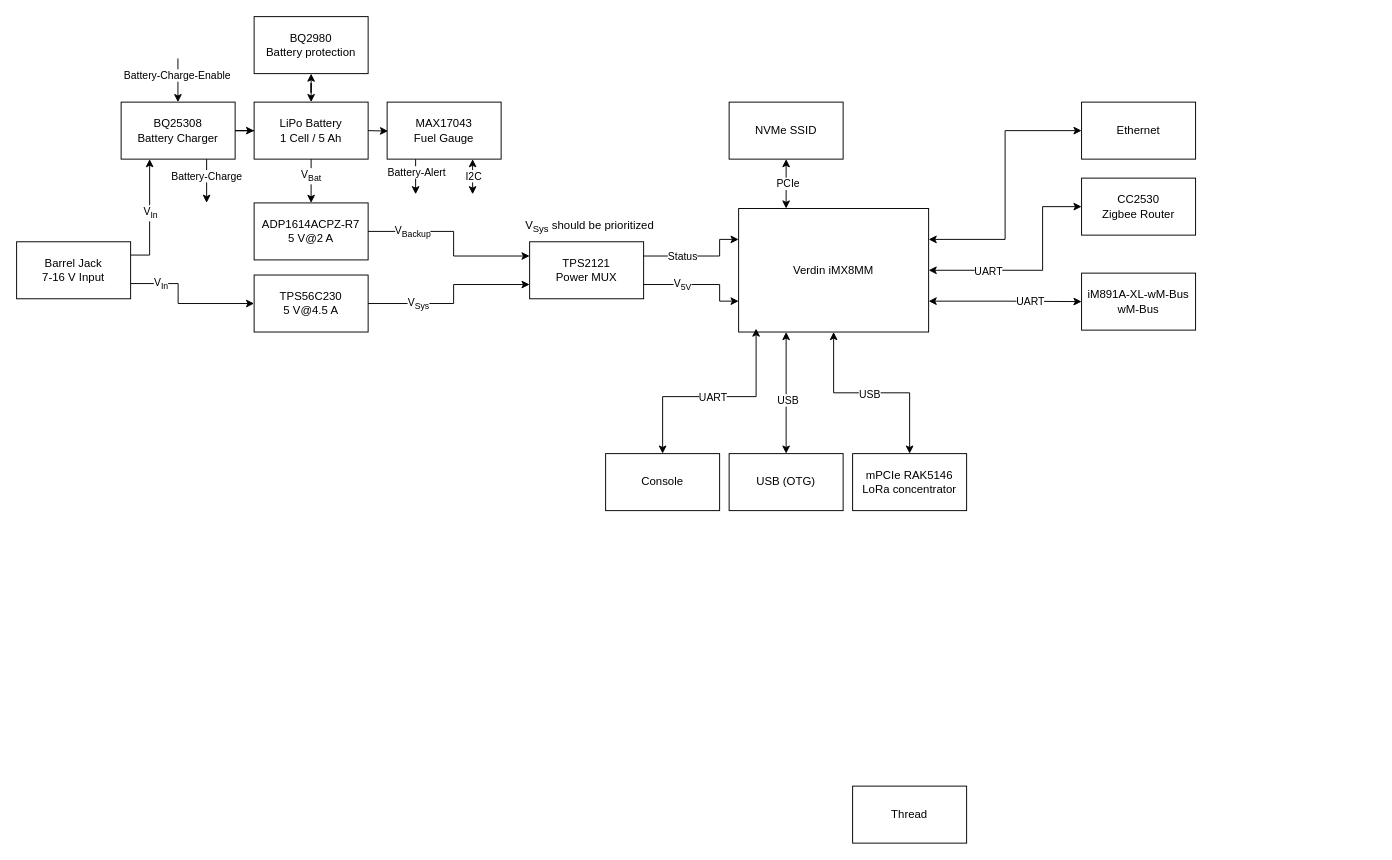
Above: docs/IoT-Gateway.drawio in Kampi/IoT-Gateway (draw.io), before the change. Source tidied: cells renumbered, new cells numbered last; positions are measured from the earlier drawing's top-left corner, leaving out a move shared by most shapes. Both pictures are drawn from the tidied source at 95%, with x=0, y=0 at pixel (16, 16).
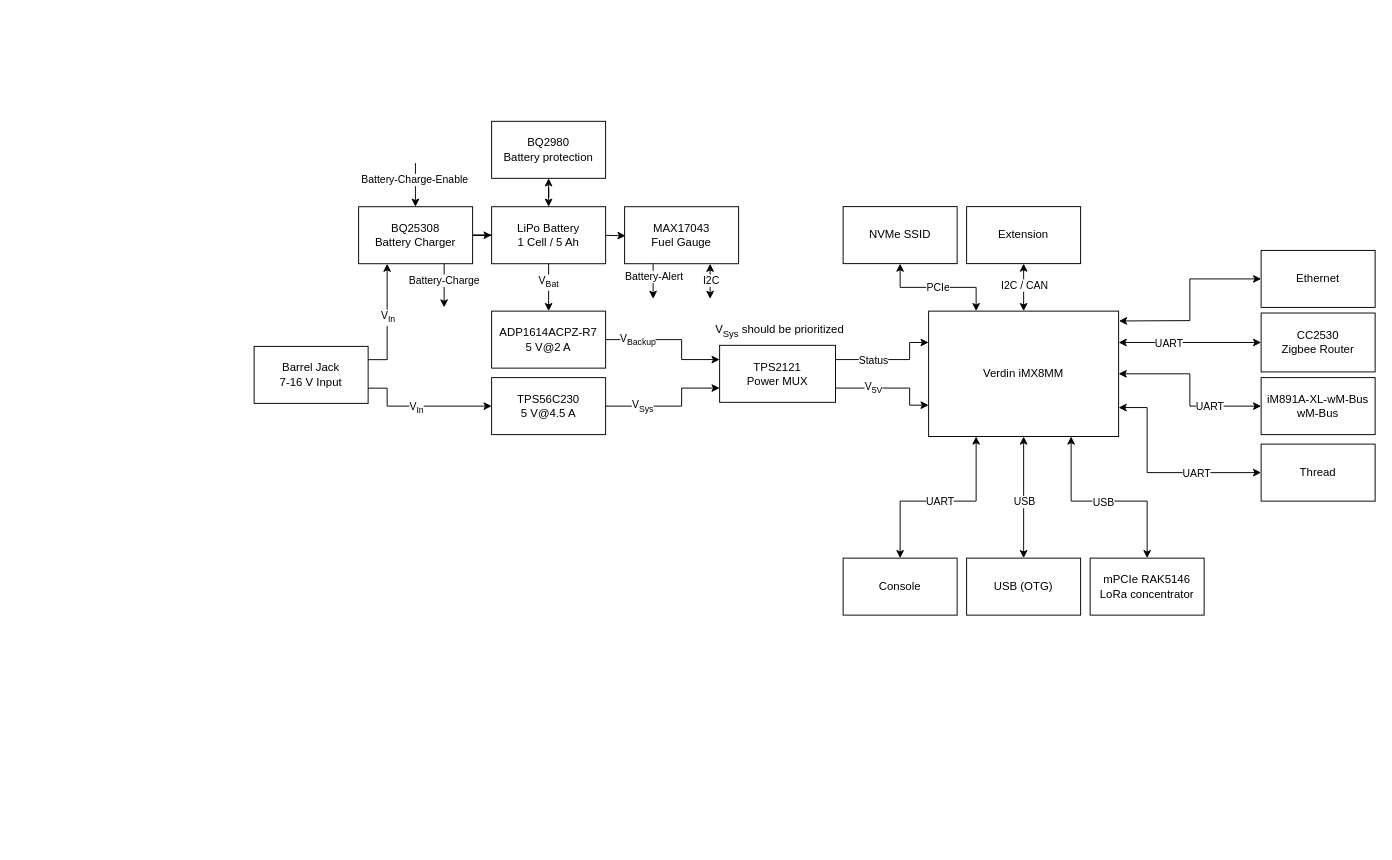
Above is the later version.

The edit, as a diff of the source:
```diff
@@
-    <mxCell id="2" style="edgeStyle=orthogonalEdgeStyle;rounded=0;jettySize=auto;html=1;entryX=0.5;entryY=0;entryDx=0;entryDy=0;startArrow=classic;startFill=1;" parent="1" edge="1" source="9" target="13">
-      <mxGeometry relative="1" as="geometry" />
+    <mxCell id="2" style="edgeStyle=orthogonalEdgeStyle;rounded=0;jettySize=auto;html=1;entryX=0.5;entryY=0;entryDx=0;entryDy=0;startArrow=classic;startFill=1;exitX=0.75;exitY=1;exitDx=0;exitDy=0;" parent="1" edge="1" source="9" target="13">
+      <mxGeometry relative="1" as="geometry">
+        <Array as="points">
+          <mxPoint x="1110" y="510" />
+          <mxPoint x="1190" y="510" />
+        </Array>
+      </mxGeometry>
     </mxCell>
@@
-    <mxCell id="4" style="edgeStyle=orthogonalEdgeStyle;rounded=0;jettySize=auto;html=1;exitX=1;exitY=0.25;exitDx=0;exitDy=0;entryX=0;entryY=0.5;entryDx=0;entryDy=0;startArrow=classic;startFill=1;" parent="1" edge="1" source="9" target="16">
-      <mxGeometry relative="1" as="geometry" />
+    <mxCell id="4" style="edgeStyle=orthogonalEdgeStyle;rounded=0;jettySize=auto;html=1;exitX=1.002;exitY=0.078;exitDx=0;exitDy=0;entryX=0;entryY=0.5;entryDx=0;entryDy=0;startArrow=classic;startFill=1;exitPerimeter=0;" parent="1" edge="1" source="9" target="16">
+      <mxGeometry relative="1" as="geometry">
+        <Array as="points">
+          <mxPoint x="1170" y="320" />
+          <mxPoint x="1235" y="320" />
+          <mxPoint x="1235" y="276" />
+        </Array>
+      </mxGeometry>
     </mxCell>
-    <mxCell id="5" style="edgeStyle=orthogonalEdgeStyle;rounded=0;jettySize=auto;html=1;exitX=1;exitY=0.5;exitDx=0;exitDy=0;entryX=0;entryY=0.5;entryDx=0;entryDy=0;startArrow=classic;startFill=1;" parent="1" edge="1" source="9" target="14">
+    <mxCell id="5" style="edgeStyle=orthogonalEdgeStyle;rounded=0;jettySize=auto;html=1;exitX=1;exitY=0.25;exitDx=0;exitDy=0;entryX=0;entryY=0.5;entryDx=0;entryDy=0;startArrow=classic;startFill=1;" parent="1" edge="1" source="9" target="14">
       <mxGeometry relative="1" as="geometry">
         <Array as="points">
-          <mxPoint x="1080" y="267" />
-          <mxPoint x="1080" y="200" />
+          <mxPoint x="1220" y="343" />
+          <mxPoint x="1220" y="343" />
         </Array>
       </mxGeometry>
     </mxCell>
     <mxCell id="6" value="UART" style="edgeLabel;html=1;align=center;verticalAlign=middle;" parent="5" vertex="1">
-      <mxGeometry x="-0.46" relative="1" as="geometry" />
+      <mxGeometry x="-0.46" relative="1" as="geometry">
+        <mxPoint x="11" as="offset" />
+      </mxGeometry>
     </mxCell>
-    <mxCell id="7" style="edgeStyle=orthogonalEdgeStyle;rounded=0;jettySize=auto;html=1;exitX=1;exitY=0.75;exitDx=0;exitDy=0;entryX=0;entryY=0.5;entryDx=0;entryDy=0;startArrow=classic;startFill=1;" parent="1" edge="1" source="9" target="20">
-      <mxGeometry relative="1" as="geometry" />
+    <mxCell id="7" style="edgeStyle=orthogonalEdgeStyle;rounded=0;jettySize=auto;html=1;exitX=1;exitY=0.5;exitDx=0;exitDy=0;startArrow=classic;startFill=1;entryX=0;entryY=0.5;entryDx=0;entryDy=0;" parent="1" edge="1" source="9" target="20">
+      <mxGeometry relative="1" as="geometry">
+        <Array as="points">
+          <mxPoint x="1235" y="376" />
+          <mxPoint x="1235" y="410" />
+        </Array>
+      </mxGeometry>
     </mxCell>
     <mxCell id="8" value="UART" style="edgeLabel;html=1;align=center;verticalAlign=middle;" parent="7" vertex="1">
-      <mxGeometry x="0.33" y="1" relative="1" as="geometry" />
+      <mxGeometry x="0.33" relative="1" as="geometry">
+        <mxPoint x="7" as="offset" />
+      </mxGeometry>
     </mxCell>
+    <mxCell id="58" style="edgeStyle=orthogonalEdgeStyle;rounded=0;jettySize=auto;html=1;startArrow=classic;startFill=1;" parent="1" edge="1" source="9" target="60">
+      <mxGeometry relative="1" as="geometry" />
+    </mxCell>
+    <mxCell id="59" value="I2C / CAN" style="edgeLabel;html=1;align=center;verticalAlign=middle;" parent="58" vertex="1">
+      <mxGeometry x="0.11" y="-3" relative="1" as="geometry">
+        <mxPoint x="-3" as="offset" />
+      </mxGeometry>
+    </mxCell>
     <mxCell id="9" value="Verdin iMX8MM" style="rounded=0;whiteSpace=wrap;html=1;strokeWidth=1;" parent="1" vertex="1">
-      <mxGeometry x="760" y="202" width="200" height="130" as="geometry" />
+      <mxGeometry x="960" y="310" width="200" height="132" as="geometry" />
     </mxCell>
@@
     <mxCell id="12" value="NVMe SSID" style="rounded=0;whiteSpace=wrap;html=1;strokeWidth=1;" parent="1" vertex="1">
-      <mxGeometry x="750" y="90" width="120" height="60" as="geometry" />
+      <mxGeometry x="870" y="200" width="120" height="60" as="geometry" />
     </mxCell>
     <mxCell id="13" value="mPCIe RAK5146&lt;br&gt;LoRa concentrator" style="rounded=0;whiteSpace=wrap;html=1;strokeWidth=1;" parent="1" vertex="1">
-      <mxGeometry x="880" y="460" width="120" height="60" as="geometry" />
+      <mxGeometry x="1130" y="570" width="120" height="60" as="geometry" />
     </mxCell>
     <mxCell id="14" value="CC2530&lt;br&gt;Zigbee Router" style="rounded=0;whiteSpace=wrap;html=1;strokeWidth=1;" parent="1" vertex="1">
-      <mxGeometry x="1121" y="170" width="120" height="60" as="geometry" />
+      <mxGeometry x="1310" y="312" width="120" height="62" as="geometry" />
     </mxCell>
     <mxCell id="15" value="Thread" style="rounded=0;whiteSpace=wrap;html=1;strokeWidth=1;" parent="1" vertex="1">
-      <mxGeometry x="880" y="810" width="120" height="60" as="geometry" />
+      <mxGeometry x="1310" y="450" width="120" height="60" as="geometry" />
     </mxCell>
     <mxCell id="16" value="Ethernet" style="rounded=0;whiteSpace=wrap;html=1;strokeWidth=1;" parent="1" vertex="1">
-      <mxGeometry x="1121" y="90" width="120" height="60" as="geometry" />
+      <mxGeometry x="1310" y="246.1" width="120" height="60" as="geometry" />
     </mxCell>
-    <mxCell id="17" style="edgeStyle=orthogonalEdgeStyle;rounded=0;jettySize=auto;html=1;entryX=0.25;entryY=1;entryDx=0;entryDy=0;startArrow=classic;startFill=1;" parent="1" edge="1" source="19" target="9">
+    <mxCell id="17" style="edgeStyle=orthogonalEdgeStyle;rounded=0;jettySize=auto;html=1;entryX=0.5;entryY=1;entryDx=0;entryDy=0;startArrow=classic;startFill=1;" parent="1" edge="1" source="19" target="9">
       <mxGeometry relative="1" as="geometry" />
     </mxCell>
     <mxCell id="18" value="USB" style="edgeLabel;html=1;align=center;verticalAlign=middle;" parent="17" vertex="1">
-      <mxGeometry x="-0.11" y="-1" relative="1" as="geometry" />
+      <mxGeometry x="-0.11" y="-1" relative="1" as="geometry">
+        <mxPoint x="-1" y="-3" as="offset" />
+      </mxGeometry>
     </mxCell>
     <mxCell id="19" value="USB (OTG)" style="rounded=0;whiteSpace=wrap;html=1;strokeWidth=1;" parent="1" vertex="1">
-      <mxGeometry x="750" y="460" width="120" height="60" as="geometry" />
+      <mxGeometry x="1000" y="570" width="120" height="60" as="geometry" />
     </mxCell>
     <mxCell id="20" value="iM891A-XL-wM-Bus&lt;br&gt;wM-Bus" style="rounded=0;whiteSpace=wrap;html=1;strokeWidth=1;" parent="1" vertex="1">
-      <mxGeometry x="1121" y="270" width="120" height="60" as="geometry" />
+      <mxGeometry x="1310" y="380" width="120" height="60" as="geometry" />
     </mxCell>
     <mxCell id="21" value="Console" style="rounded=0;whiteSpace=wrap;html=1;strokeWidth=1;" parent="1" vertex="1">
-      <mxGeometry x="620" y="460" width="120" height="60" as="geometry" />
+      <mxGeometry x="870" y="570" width="120" height="60" as="geometry" />
     </mxCell>
@@
     <mxCell id="23" value="BQ25308&lt;br&gt;Battery Charger" style="rounded=0;whiteSpace=wrap;html=1;" parent="1" vertex="1">
-      <mxGeometry x="110" y="90" width="120" height="60" as="geometry" />
+      <mxGeometry x="360" y="200.1" width="120" height="60" as="geometry" />
     </mxCell>
@@
     <mxCell id="27" value="LiPo Battery&lt;div&gt;1 Cell / 5 Ah&lt;/div&gt;" style="rounded=0;whiteSpace=wrap;html=1;" parent="1" vertex="1">
-      <mxGeometry x="250" y="90" width="120" height="60" as="geometry" />
+      <mxGeometry x="500" y="200.1" width="120" height="60" as="geometry" />
     </mxCell>
     <mxCell id="28" style="edgeStyle=orthogonalEdgeStyle;rounded=0;jettySize=auto;html=1;entryX=0;entryY=0.5;entryDx=0;entryDy=0;exitX=1;exitY=0.75;exitDx=0;exitDy=0;" parent="1" edge="1" target="33">
       <mxGeometry relative="1" as="geometry">
-        <mxPoint x="120" y="281" as="sourcePoint" />
+        <mxPoint x="370" y="391.1" as="sourcePoint" />
         <Array as="points">
-          <mxPoint x="170" y="281" />
-          <mxPoint x="170" y="302" />
+          <mxPoint x="390" y="391" />
+          <mxPoint x="390" y="410" />
         </Array>
       </mxGeometry>
     </mxCell>
     <mxCell id="29" value="V&lt;sub&gt;In&lt;/sub&gt;" style="edgeLabel;html=1;align=center;verticalAlign=middle;" parent="28" vertex="1">
       <mxGeometry x="-0.63" relative="1" as="geometry">
-        <mxPoint x="3" as="offset" />
+        <mxPoint x="30" y="13" as="offset" />
       </mxGeometry>
     </mxCell>
     <mxCell id="30" style="edgeStyle=orthogonalEdgeStyle;rounded=0;jettySize=auto;html=1;" parent="1" edge="1" target="41">
       <mxGeometry relative="1" as="geometry">
-        <mxPoint x="370" y="120" as="sourcePoint" />
+        <mxPoint x="620" y="230.2" as="sourcePoint" />
       </mxGeometry>
     </mxCell>
     <mxCell id="31" value="BQ2980&lt;br&gt;Battery protection" style="rounded=0;whiteSpace=wrap;html=1;" parent="1" vertex="1">
-      <mxGeometry x="250" width="120" height="60" as="geometry" />
+      <mxGeometry x="500" y="110.2" width="120" height="60" as="geometry" />
     </mxCell>
     <mxCell id="32" value="&lt;span style=&quot;text-align: left;&quot;&gt;TPS2121&lt;br&gt;Power MUX&lt;/span&gt;" style="rounded=0;whiteSpace=wrap;html=1;" parent="1" vertex="1">
-      <mxGeometry x="540" y="237" width="120" height="60" as="geometry" />
+      <mxGeometry x="740" y="346" width="122" height="60" as="geometry" />
     </mxCell>
     <mxCell id="33" value="&lt;div style=&quot;&quot;&gt;&lt;span style=&quot;background-color: initial;&quot;&gt;TPS56C230&lt;br&gt;&lt;/span&gt;&lt;span style=&quot;background-color: initial;&quot;&gt;5 V@4.5 A&lt;/span&gt;&lt;/div&gt;" style="rounded=0;whiteSpace=wrap;html=1;align=center;" parent="1" vertex="1">
-      <mxGeometry x="250" y="272" width="120" height="60" as="geometry" />
+      <mxGeometry x="500" y="380" width="120" height="60" as="geometry" />
     </mxCell>
     <mxCell id="34" style="edgeStyle=orthogonalEdgeStyle;rounded=0;jettySize=auto;html=1;entryX=0;entryY=0.75;entryDx=0;entryDy=0;" parent="1" edge="1" source="33" target="32">
       <mxGeometry relative="1" as="geometry">
         <Array as="points">
-          <mxPoint x="460" y="302" />
-          <mxPoint x="460" y="282" />
+          <mxPoint x="700" y="410" />
+          <mxPoint x="700" y="391" />
         </Array>
       </mxGeometry>
     </mxCell>
@@
     <mxCell id="36" style="edgeStyle=orthogonalEdgeStyle;rounded=0;jettySize=auto;html=1;startArrow=classic;startFill=1;endArrow=none;endFill=0;exitX=0.25;exitY=1;exitDx=0;exitDy=0;entryX=1;entryY=0.25;entryDx=0;entryDy=0;" parent="1" edge="1" source="23">
       <mxGeometry relative="1" as="geometry">
-        <mxPoint x="120" y="251" as="targetPoint" />
+        <mxPoint x="370" y="361.1" as="targetPoint" />
         <Array as="points">
-          <mxPoint x="140" y="251" />
+          <mxPoint x="390" y="361.1" />
         </Array>
       </mxGeometry>
     </mxCell>
@@
     <mxCell id="38" value="ADP1614ACPZ-R7&lt;br&gt;5 V@2 A" style="rounded=0;whiteSpace=wrap;html=1;" parent="1" vertex="1">
-      <mxGeometry x="250" y="196.1" width="120" height="60" as="geometry" />
+      <mxGeometry x="500" y="310" width="120" height="60" as="geometry" />
     </mxCell>
     <mxCell id="39" style="edgeStyle=orthogonalEdgeStyle;rounded=0;jettySize=auto;html=1;exitX=1;exitY=0.5;exitDx=0;exitDy=0;entryX=0;entryY=0.25;entryDx=0;entryDy=0;" parent="1" edge="1" source="38" target="32">
       <mxGeometry relative="1" as="geometry">
         <Array as="points">
-          <mxPoint x="460" y="226" />
-          <mxPoint x="460" y="252" />
+          <mxPoint x="700" y="340" />
+          <mxPoint x="700" y="361" />
         </Array>
       </mxGeometry>
     </mxCell>
@@
     <mxCell id="41" value="MAX17043&lt;br&gt;Fuel Gauge" style="rounded=0;whiteSpace=wrap;html=1;" parent="1" vertex="1">
-      <mxGeometry x="390" y="90" width="120" height="60" as="geometry" />
+      <mxGeometry x="640" y="200.1" width="120" height="60" as="geometry" />
     </mxCell>
     <mxCell id="42" style="endArrow=classic;html=1;rounded=0;exitX=0.5;exitY=1;exitDx=0;exitDy=0;" parent="1" edge="1">
       <mxGeometry relative="1" as="geometry">
-        <mxPoint x="420" y="150" as="sourcePoint" />
-        <mxPoint x="420" y="187" as="targetPoint" />
+        <mxPoint x="670" y="260.1" as="sourcePoint" />
+        <mxPoint x="670" y="297.1" as="targetPoint" />
       </mxGeometry>
     </mxCell>
@@
     <mxCell id="44" style="endArrow=classic;html=1;rounded=0;startArrow=classic;startFill=1;exitX=0.75;exitY=1;exitDx=0;exitDy=0;" parent="1" edge="1" source="41">
       <mxGeometry relative="1" as="geometry">
-        <mxPoint x="480" y="187" as="targetPoint" />
+        <mxPoint x="730" y="297.1" as="targetPoint" />
       </mxGeometry>
     </mxCell>
@@
     <mxCell id="46" style="edgeStyle=orthogonalEdgeStyle;rounded=0;jettySize=auto;html=1;exitX=0.75;exitY=1;exitDx=0;exitDy=0;" parent="1" edge="1" source="23">
       <mxGeometry relative="1" as="geometry">
-        <mxPoint x="200" y="196" as="targetPoint" />
+        <mxPoint x="450" y="306.1" as="targetPoint" />
       </mxGeometry>
     </mxCell>
@@
     <mxCell id="48" value="V&lt;sub&gt;Sys&lt;/sub&gt; should be prioritized" style="text;html=1;align=center;verticalAlign=middle;strokeColor=none;fillColor=none;" parent="1" vertex="1">
-      <mxGeometry x="522.5" y="206.1" width="160" height="30" as="geometry" />
+      <mxGeometry x="722.5" y="316.1" width="160" height="30" as="geometry" />
     </mxCell>
     <mxCell id="49" style="edgeStyle=orthogonalEdgeStyle;rounded=0;jettySize=auto;html=1;exitX=1;exitY=0.25;exitDx=0;exitDy=0;entryX=0;entryY=0.25;entryDx=0;entryDy=0;" parent="1" edge="1" source="32" target="9">
       <mxGeometry relative="1" as="geometry">
         <Array as="points">
-          <mxPoint x="740" y="252" />
-          <mxPoint x="740" y="234" />
+          <mxPoint x="940" y="361" />
+          <mxPoint x="940" y="343" />
         </Array>
       </mxGeometry>
     </mxCell>
@@
     <mxCell id="51" style="edgeStyle=orthogonalEdgeStyle;rounded=0;jettySize=auto;html=1;exitX=1;exitY=0.75;exitDx=0;exitDy=0;entryX=0;entryY=0.75;entryDx=0;entryDy=0;" parent="1" edge="1" source="32" target="9">
       <mxGeometry relative="1" as="geometry">
         <Array as="points">
-          <mxPoint x="740" y="282" />
-          <mxPoint x="740" y="300" />
+          <mxPoint x="940" y="391" />
+          <mxPoint x="940" y="409" />
         </Array>
       </mxGeometry>
     </mxCell>
@@
     <mxCell id="53" style="edgeStyle=orthogonalEdgeStyle;rounded=0;orthogonalLoop=1;jettySize=auto;html=1;exitX=0.75;exitY=1;exitDx=0;exitDy=0;" parent="1" edge="1">
       <mxGeometry relative="1" as="geometry">
-        <mxPoint x="169.8" y="44" as="sourcePoint" />
-        <mxPoint x="169.8" y="90" as="targetPoint" />
+        <mxPoint x="419.8" y="154.2" as="sourcePoint" />
+        <mxPoint x="419.8" y="200.1" as="targetPoint" />
       </mxGeometry>
     </mxCell>
@@
-    <mxCell id="55" style="edgeStyle=orthogonalEdgeStyle;rounded=0;jettySize=auto;html=1;entryX=0.092;entryY=0.972;entryDx=0;entryDy=0;entryPerimeter=0;startArrow=classic;startFill=1;" parent="1" edge="1" source="21" target="9">
+    <mxCell id="55" style="edgeStyle=orthogonalEdgeStyle;rounded=0;jettySize=auto;html=1;startArrow=classic;startFill=1;entryX=0.25;entryY=1;entryDx=0;entryDy=0;exitX=0.5;exitY=0;exitDx=0;exitDy=0;" parent="1" edge="1" source="21" target="9">
       <mxGeometry relative="1" as="geometry">
         <Array as="points">
-          <mxPoint x="680" y="400" />
-          <mxPoint x="778" y="400" />
+          <mxPoint x="930" y="510" />
+          <mxPoint x="1010" y="510" />
         </Array>
       </mxGeometry>
     </mxCell>
@@
     <mxCell id="57" value="Barrel Jack&lt;br&gt;7-16 V Input" style="rounded=0;whiteSpace=wrap;html=1;" parent="1" vertex="1">
-      <mxGeometry y="237" width="120" height="60" as="geometry" />
+      <mxGeometry x="250" y="347.1" width="120" height="60" as="geometry" />
     </mxCell>
+    <mxCell id="60" value="Extension" style="rounded=0;whiteSpace=wrap;html=1;strokeWidth=1;" parent="1" vertex="1">
+      <mxGeometry x="1000" y="200" width="120" height="60" as="geometry" />
+    </mxCell>
+    <mxCell id="61" style="edgeStyle=orthogonalEdgeStyle;rounded=0;jettySize=auto;html=1;exitX=0;exitY=0.5;exitDx=0;exitDy=0;entryX=1;entryY=0.769;entryDx=0;entryDy=0;entryPerimeter=0;startArrow=classic;startFill=1;" parent="1" edge="1" source="15" target="9">
+      <mxGeometry relative="1" as="geometry">
+        <Array as="points">
+          <mxPoint x="1190" y="480" />
+          <mxPoint x="1190" y="412" />
+        </Array>
+      </mxGeometry>
+    </mxCell>
+    <mxCell id="62" value="UART" style="edgeLabel;html=1;align=center;verticalAlign=middle;" parent="61" vertex="1">
+      <mxGeometry x="-0.32" y="1" relative="1" as="geometry">
+        <mxPoint x="5" y="-1" as="offset" />
+      </mxGeometry>
+    </mxCell>
```
